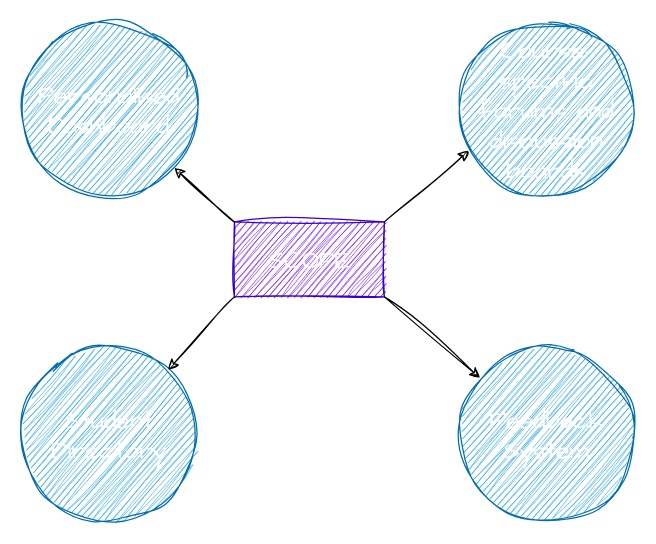
Above: proposal/submission/sec01/Systema/scope.drawio in drshahizan/software-engineering (draw.io), before the change. Source tidied: cells renumbered, new cells numbered last; positions are measured from the earlier drawing's top-left corner, leaving out a move shared by most shapes. Both pictures are drawn from the tidied source at 125%, with x=0, y=0 at pixel (21, 21).
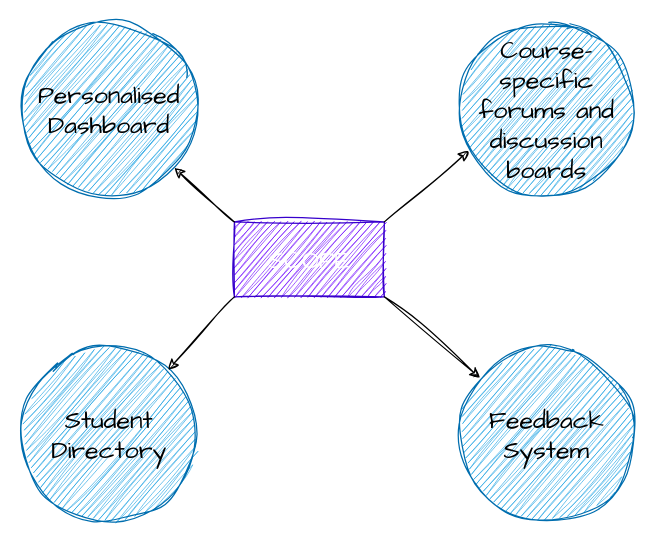
The same page after the edit.

The edit, as a diff of the source:
```diff
@@
 <mxGraphModel>
   <root>
     <mxCell id="0" />
     <mxCell id="1" parent="0" />
     <mxCell id="2" value="SCOPE" style="rounded=0;whiteSpace=wrap;html=1;hachureGap=4;fontFamily=Architects Daughter;fontSize=20;sketch=1;curveFitting=1;jiggle=2;fillColor=#6a00ff;strokeColor=#3700CC;fontColor=#ffffff;" parent="1" vertex="1">
       <mxGeometry x="170" y="160" width="120" height="60" as="geometry" />
     </mxCell>
-    <mxCell id="3" value="Personalised Dashboard" style="ellipse;whiteSpace=wrap;html=1;hachureGap=4;fontFamily=Architects Daughter;fontSize=20;sketch=1;curveFitting=1;jiggle=2;fillColor=#1ba1e2;fontColor=#ffffff;strokeColor=#006EAF;" parent="1" vertex="1">
+    <mxCell id="3" value="&lt;font color=&quot;#000000&quot;&gt;Personalised Dashboard&lt;/font&gt;" style="ellipse;whiteSpace=wrap;html=1;hachureGap=4;fontFamily=Architects Daughter;fontSize=20;sketch=1;curveFitting=1;jiggle=2;fillColor=#1ba1e2;fontColor=#ffffff;strokeColor=#006EAF;" parent="1" vertex="1">
       <mxGeometry width="140" height="140" as="geometry" />
     </mxCell>
-    <mxCell id="4" value="Course-specific forums and discussion boards" style="ellipse;whiteSpace=wrap;html=1;hachureGap=4;fontFamily=Architects Daughter;fontSize=20;sketch=1;curveFitting=1;jiggle=2;fillColor=#1ba1e2;fontColor=#ffffff;strokeColor=#006EAF;" parent="1" vertex="1">
+    <mxCell id="4" value="&lt;font color=&quot;#000000&quot;&gt;Course-specific forums and discussion boards&lt;/font&gt;" style="ellipse;whiteSpace=wrap;html=1;hachureGap=4;fontFamily=Architects Daughter;fontSize=20;sketch=1;curveFitting=1;jiggle=2;fillColor=#1ba1e2;fontColor=#ffffff;strokeColor=#006EAF;" parent="1" vertex="1">
       <mxGeometry x="350" width="140" height="140" as="geometry" />
     </mxCell>
-    <mxCell id="5" value="Student Directory" style="ellipse;whiteSpace=wrap;html=1;hachureGap=4;fontFamily=Architects Daughter;fontSize=20;sketch=1;curveFitting=1;jiggle=2;fillColor=#1ba1e2;fontColor=#ffffff;strokeColor=#006EAF;" parent="1" vertex="1">
+    <mxCell id="5" value="&lt;font color=&quot;#000000&quot;&gt;Student Directory&lt;/font&gt;" style="ellipse;whiteSpace=wrap;html=1;hachureGap=4;fontFamily=Architects Daughter;fontSize=20;sketch=1;curveFitting=1;jiggle=2;fillColor=#1ba1e2;fontColor=#ffffff;strokeColor=#006EAF;" parent="1" vertex="1">
       <mxGeometry y="260" width="140" height="140" as="geometry" />
     </mxCell>
-    <mxCell id="6" value="Feedback System" style="ellipse;whiteSpace=wrap;html=1;hachureGap=4;fontFamily=Architects Daughter;fontSize=20;sketch=1;curveFitting=1;jiggle=2;fillColor=#1ba1e2;fontColor=#ffffff;strokeColor=#006EAF;" parent="1" vertex="1">
+    <mxCell id="6" value="&lt;font color=&quot;#000000&quot;&gt;Feedback System&lt;/font&gt;" style="ellipse;whiteSpace=wrap;html=1;hachureGap=4;fontFamily=Architects Daughter;fontSize=20;sketch=1;curveFitting=1;jiggle=2;fillColor=#1ba1e2;fontColor=#ffffff;strokeColor=#006EAF;" parent="1" vertex="1">
       <mxGeometry x="350" y="260" width="140" height="140" as="geometry" />
     </mxCell>
     <mxCell id="7" style="endArrow=classic;html=1;hachureGap=4;fontFamily=Architects Daughter;fontSize=16;sketch=1;curveFitting=1;jiggle=2;" parent="1" edge="1" target="3">
       <mxGeometry relative="1" as="geometry">
         <mxPoint x="170" y="160" as="sourcePoint" />
       </mxGeometry>
     </mxCell>
     <mxCell id="8" style="endArrow=classic;html=1;hachureGap=4;fontFamily=Architects Daughter;fontSize=16;sketch=1;curveFitting=1;jiggle=2;" parent="1" edge="1" target="5">
       <mxGeometry relative="1" as="geometry">
         <mxPoint x="170" y="220" as="sourcePoint" />
       </mxGeometry>
     </mxCell>
     <mxCell id="9" style="endArrow=classic;html=1;hachureGap=4;fontFamily=Architects Daughter;fontSize=16;entryX=0.054;entryY=0.737;entryDx=0;entryDy=0;entryPerimeter=0;sketch=1;curveFitting=1;jiggle=2;" parent="1" edge="1" target="4">
       <mxGeometry relative="1" as="geometry">
         <mxPoint x="290" y="160" as="sourcePoint" />
       </mxGeometry>
     </mxCell>
     <mxCell id="10" style="endArrow=classic;html=1;hachureGap=4;fontFamily=Architects Daughter;fontSize=16;sketch=1;curveFitting=1;jiggle=2;" parent="1" edge="1" target="6">
       <mxGeometry relative="1" as="geometry">
         <mxPoint x="290" y="220" as="sourcePoint" />
       </mxGeometry>
     </mxCell>
   </root>
 </mxGraphModel>
```
